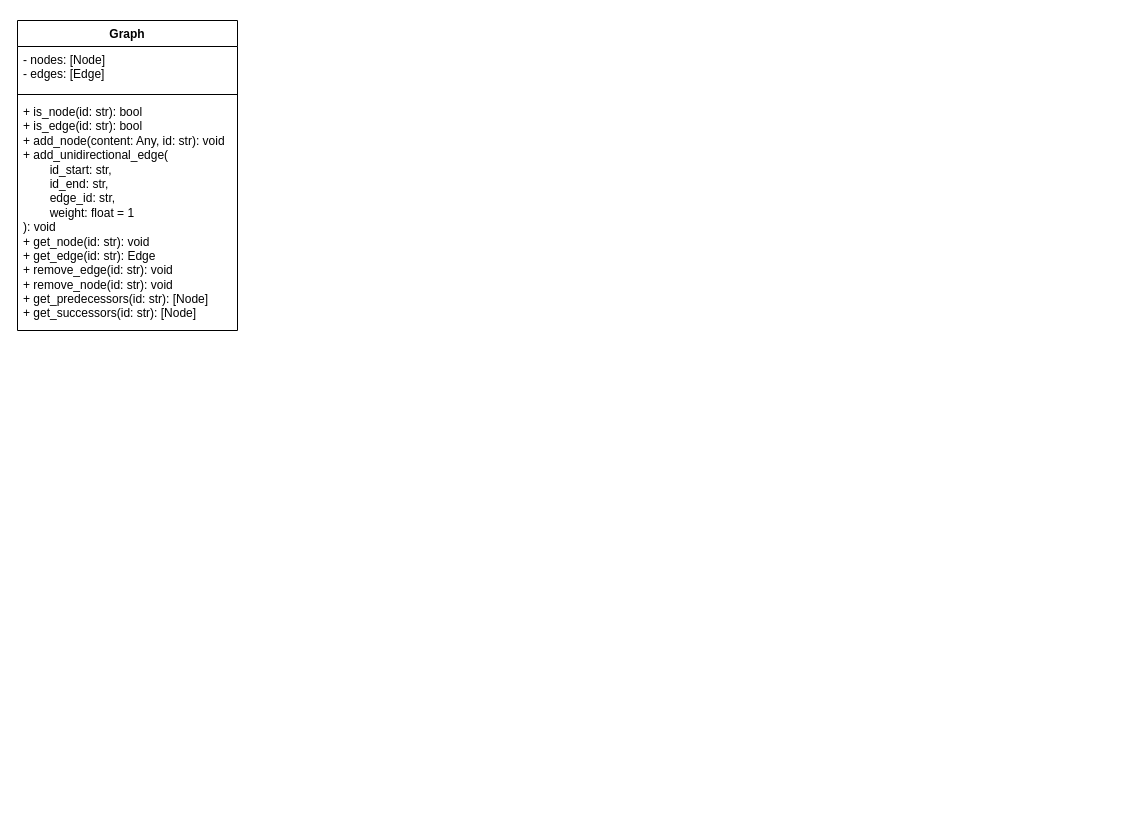
This is spec_sma.drawio from DevAI-64/pysma-tool, a draw.io file, before an edit. Source tidied: cells renumbered, new cells numbered last; positions are measured from the earlier drawing's top-left corner, leaving out a move shared by most shapes. Both pictures are drawn from the tidied source at 100%, with x=0, y=0 at pixel (17, 20).
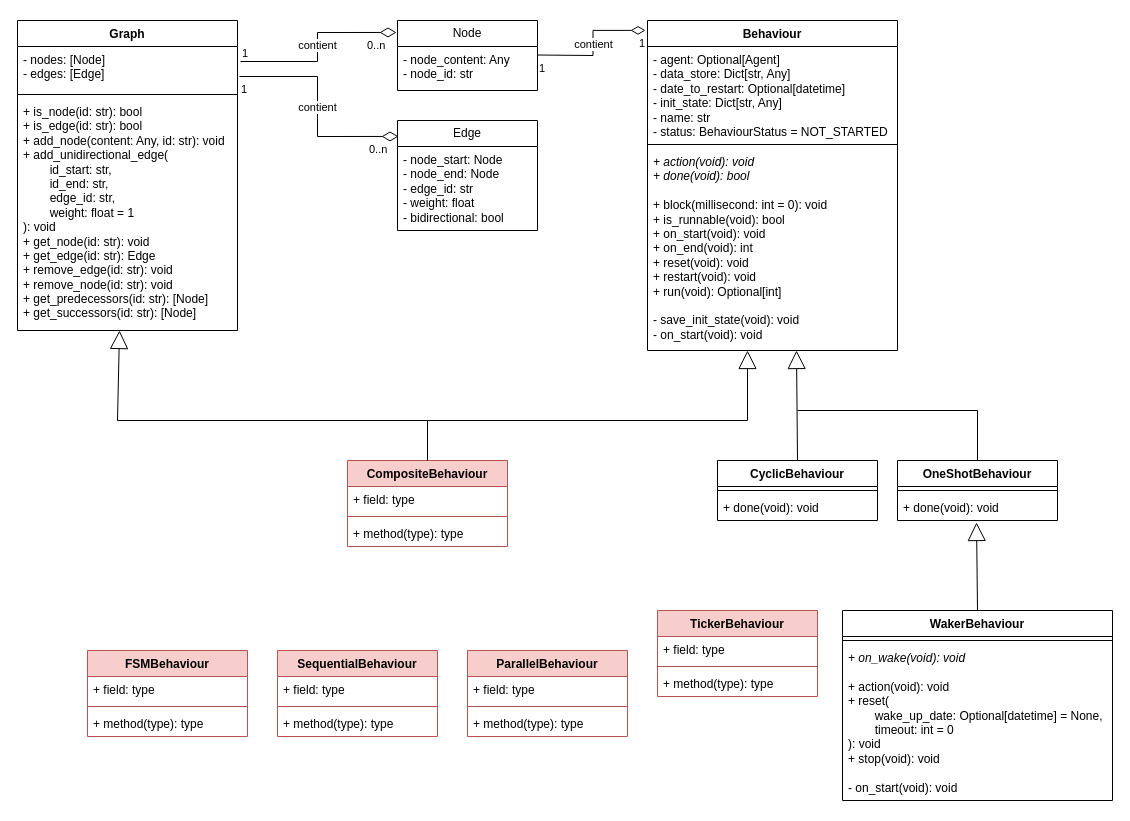
Above is the later version.

Commit message:
Mettre à jour spec_sma.drawio

The change refers to these unchanged cells:
```xml
<mxCell id="3" value="- nodes: [Node]&lt;div&gt;- edges: [Edge]&lt;/div&gt;" style="text;strokeColor=none;fillColor=none;align=left;verticalAlign=top;spacingLeft=4;spacingRight=4;overflow=hidden;points=[[0,0.5],[1,0.5]];portConstraint=eastwest;whiteSpace=wrap;html=1;" parent="2" vertex="1">
  <mxGeometry y="26" width="220" height="44" as="geometry" />
</mxCell>
```

What changed in the source:
```diff
@@
+    <mxCell id="6" value="Node" style="swimlane;fontStyle=0;horizontal=1;startSize=26;fillColor=none;whiteSpace=wrap;html=1;" parent="1" vertex="1">
+      <mxGeometry x="380" width="140" height="70" as="geometry" />
+    </mxCell>
+    <mxCell id="7" value="- node_content: Any&lt;div&gt;- node_id: str&lt;/div&gt;" style="text;strokeColor=none;fillColor=none;align=left;verticalAlign=top;spacingLeft=4;spacingRight=4;overflow=hidden;whiteSpace=wrap;html=1;" parent="6" vertex="1">
+      <mxGeometry y="26" width="140" height="44" as="geometry" />
+    </mxCell>
+    <mxCell id="8" value="Edge" style="swimlane;fontStyle=0;horizontal=1;startSize=26;fillColor=none;whiteSpace=wrap;html=1;" parent="1" vertex="1">
+      <mxGeometry x="380" y="100" width="140" height="110" as="geometry" />
+    </mxCell>
+    <mxCell id="9" value="- node_start: Node&lt;div&gt;- node_end: Node&lt;/div&gt;&lt;div&gt;- edge_id: str&lt;/div&gt;&lt;div&gt;- weight: float&lt;/div&gt;&lt;div&gt;- bidirectional: bool&lt;/div&gt;" style="text;strokeColor=none;fillColor=none;align=left;verticalAlign=top;spacingLeft=4;spacingRight=4;overflow=hidden;whiteSpace=wrap;html=1;" parent="8" vertex="1">
+      <mxGeometry y="26" width="140" height="84" as="geometry" />
+    </mxCell>
+    <mxCell id="10" value="contient" style="endArrow=none;html=1;endSize=12;startArrow=diamondThin;startSize=14;startFill=0;edgeStyle=orthogonalEdgeStyle;rounded=0;entryX=1.009;entryY=0.682;entryDx=0;entryDy=0;entryPerimeter=0;exitX=0.007;exitY=0.145;exitDx=0;exitDy=0;exitPerimeter=0;endFill=0;" parent="1" edge="1" source="8" target="3">
+      <mxGeometry relative="1" as="geometry" />
+    </mxCell>
+    <mxCell id="11" value="0..n" style="edgeLabel;html=1;align=left;verticalAlign=top;" parent="10" vertex="1">
+      <mxGeometry x="-1" relative="1" as="geometry">
+        <mxPoint x="-31" as="offset" />
+      </mxGeometry>
+    </mxCell>
+    <mxCell id="12" value="1" style="edgeLabel;html=1;align=right;verticalAlign=top;" parent="10" vertex="1">
+      <mxGeometry x="1" relative="1" as="geometry">
+        <mxPoint x="8" as="offset" />
+      </mxGeometry>
+    </mxCell>
+    <mxCell id="13" value="contient" style="endArrow=none;html=1;endSize=12;startArrow=diamondThin;startSize=14;startFill=0;edgeStyle=orthogonalEdgeStyle;rounded=0;entryX=1.014;entryY=0.341;entryDx=0;entryDy=0;entryPerimeter=0;exitX=-0.007;exitY=0.171;exitDx=0;exitDy=0;exitPerimeter=0;endFill=0;" parent="1" edge="1" source="6" target="3">
+      <mxGeometry relative="1" as="geometry" />
+    </mxCell>
+    <mxCell id="14" value="0..n" style="edgeLabel;html=1;align=left;verticalAlign=top;" parent="13" vertex="1">
+      <mxGeometry x="-1" relative="1" as="geometry">
+        <mxPoint x="-31" as="offset" />
+      </mxGeometry>
+    </mxCell>
+    <mxCell id="15" value="1" style="edgeLabel;html=1;align=right;verticalAlign=top;" parent="13" vertex="1">
+      <mxGeometry x="1" relative="1" as="geometry">
+        <mxPoint x="8" y="-21" as="offset" />
+      </mxGeometry>
+    </mxCell>
+    <mxCell id="16" value="Behaviour" style="swimlane;fontStyle=1;align=center;verticalAlign=top;horizontal=1;startSize=26;whiteSpace=wrap;html=1;" parent="1" vertex="1">
+      <mxGeometry x="630" width="250" height="330" as="geometry" />
+    </mxCell>
+    <mxCell id="17" value="- agent: Optional[Agent]&lt;div&gt;- data_store: Dict[str, Any]&lt;/div&gt;&lt;div&gt;- date_to_restart: Optional[datetime]&lt;/div&gt;&lt;div&gt;- init_state: Dict[str, Any]&lt;/div&gt;&lt;div&gt;- name: str&lt;/div&gt;&lt;div&gt;- status: BehaviourStatus = NOT_STARTED&lt;/div&gt;" style="text;strokeColor=none;fillColor=none;align=left;verticalAlign=top;spacingLeft=4;spacingRight=4;overflow=hidden;whiteSpace=wrap;html=1;" parent="16" vertex="1">
+      <mxGeometry y="26" width="250" height="94" as="geometry" />
+    </mxCell>
+    <mxCell id="18" style="line;strokeWidth=1;fillColor=none;align=left;verticalAlign=middle;spacingTop=-1;spacingLeft=3;spacingRight=3;labelPosition=right;strokeColor=inherit;" parent="16" vertex="1">
+      <mxGeometry y="120" width="250" height="8" as="geometry" />
+    </mxCell>
+    <mxCell id="19" value="&lt;i&gt;+ action(void): void&lt;/i&gt;&lt;div&gt;&lt;i&gt;+ done(void): bool&lt;/i&gt;&lt;/div&gt;&lt;div&gt;&lt;i&gt;&lt;br&gt;&lt;/i&gt;&lt;div&gt;+ block(millisecond: int = 0): void&lt;/div&gt;&lt;div&gt;+ is_runnable(void): bool&lt;/div&gt;&lt;div&gt;+ on_start(void): void&lt;/div&gt;&lt;div&gt;+ on_end(void): int&lt;/div&gt;&lt;div&gt;+ reset(void): void&lt;/div&gt;&lt;div&gt;+ restart(void): void&lt;/div&gt;&lt;div&gt;+ run(void): Optional[int]&lt;/div&gt;&lt;/div&gt;&lt;div&gt;&lt;br&gt;&lt;/div&gt;&lt;div&gt;- save_init_state(void): void&lt;/div&gt;&lt;div&gt;- on_start(void): void&lt;/div&gt;" style="text;strokeColor=none;fillColor=none;align=left;verticalAlign=top;spacingLeft=4;spacingRight=4;overflow=hidden;points=[[0,0.5],[1,0.5]];portConstraint=eastwest;whiteSpace=wrap;html=1;" parent="16" vertex="1">
+      <mxGeometry y="128" width="250" height="202" as="geometry" />
+    </mxCell>
+    <mxCell id="20" value="contient" style="endArrow=diamondThin;html=1;endSize=12;startArrow=none;startSize=14;startFill=0;edgeStyle=orthogonalEdgeStyle;rounded=0;entryX=-0.008;entryY=0.03;entryDx=0;entryDy=0;entryPerimeter=0;endFill=0;" parent="1" edge="1" target="16">
+      <mxGeometry relative="1" as="geometry">
+        <mxPoint x="520" y="34.5" as="sourcePoint" />
+      </mxGeometry>
+    </mxCell>
+    <mxCell id="21" value="1" style="edgeLabel;html=1;align=left;verticalAlign=top;" parent="20" vertex="1">
+      <mxGeometry x="-1" relative="1" as="geometry" />
+    </mxCell>
+    <mxCell id="22" value="1" style="edgeLabel;html=1;align=right;verticalAlign=top;" parent="20" vertex="1">
+      <mxGeometry x="1" relative="1" as="geometry" />
+    </mxCell>
+    <mxCell id="23" value="OneShotBehaviour" style="swimlane;fontStyle=1;align=center;verticalAlign=top;horizontal=1;startSize=26;whiteSpace=wrap;html=1;" parent="1" vertex="1">
+      <mxGeometry x="880" y="440" width="160" height="60" as="geometry" />
+    </mxCell>
+    <mxCell id="24" style="line;strokeWidth=1;fillColor=none;align=left;verticalAlign=middle;spacingTop=-1;spacingLeft=3;spacingRight=3;labelPosition=right;strokeColor=inherit;" parent="23" vertex="1">
+      <mxGeometry y="26" width="160" height="8" as="geometry" />
+    </mxCell>
+    <mxCell id="25" value="+ done(void): void" style="text;strokeColor=none;fillColor=none;align=left;verticalAlign=top;spacingLeft=4;spacingRight=4;overflow=hidden;points=[[0,0.5],[1,0.5]];portConstraint=eastwest;whiteSpace=wrap;html=1;" parent="23" vertex="1">
+      <mxGeometry y="34" width="160" height="26" as="geometry" />
+    </mxCell>
+    <mxCell id="26" value="CyclicBehaviour" style="swimlane;fontStyle=1;align=center;verticalAlign=top;horizontal=1;startSize=26;whiteSpace=wrap;html=1;" parent="1" vertex="1">
+      <mxGeometry x="700" y="440" width="160" height="60" as="geometry" />
+    </mxCell>
+    <mxCell id="27" style="line;strokeWidth=1;fillColor=none;align=left;verticalAlign=middle;spacingTop=-1;spacingLeft=3;spacingRight=3;labelPosition=right;strokeColor=inherit;" parent="26" vertex="1">
+      <mxGeometry y="26" width="160" height="8" as="geometry" />
+    </mxCell>
+    <mxCell id="28" value="+ done(void): void" style="text;strokeColor=none;fillColor=none;align=left;verticalAlign=top;spacingLeft=4;spacingRight=4;overflow=hidden;whiteSpace=wrap;html=1;" parent="26" vertex="1">
+      <mxGeometry y="34" width="160" height="26" as="geometry" />
+    </mxCell>
+    <mxCell id="29" value="WakerBehaviour" style="swimlane;fontStyle=1;align=center;verticalAlign=top;horizontal=1;startSize=26;whiteSpace=wrap;html=1;" parent="1" vertex="1">
+      <mxGeometry x="825" y="590" width="270" height="190" as="geometry" />
+    </mxCell>
+    <mxCell id="30" style="line;strokeWidth=1;fillColor=none;align=left;verticalAlign=middle;spacingTop=-1;spacingLeft=3;spacingRight=3;labelPosition=right;strokeColor=inherit;" parent="29" vertex="1">
+      <mxGeometry y="26" width="270" height="8" as="geometry" />
+    </mxCell>
+    <mxCell id="31" value="&lt;i&gt;+ on_wake(void): void&lt;/i&gt;&lt;div&gt;&lt;br&gt;&lt;/div&gt;&lt;div&gt;+ action(void): void&lt;/div&gt;&lt;div&gt;+ reset(&lt;/div&gt;&lt;div&gt;&lt;span style=&quot;white-space: pre;&quot;&gt;&#9;&lt;/span&gt;wake_up_date: Optional[datetime] = None, &lt;span style=&quot;white-space: pre;&quot;&gt;&#9;&lt;/span&gt;timeout: int = 0&lt;/div&gt;&lt;div&gt;): void&lt;/div&gt;&lt;div&gt;+ stop(void): void&lt;/div&gt;&lt;div&gt;&lt;br&gt;&lt;/div&gt;&lt;div&gt;- on_start(void): void&lt;/div&gt;" style="text;strokeColor=none;fillColor=none;align=left;verticalAlign=top;spacingLeft=4;spacingRight=4;overflow=hidden;whiteSpace=wrap;html=1;" parent="29" vertex="1">
+      <mxGeometry y="34" width="270" height="156" as="geometry" />
+    </mxCell>
+    <mxCell id="32" style="endArrow=block;endSize=16;endFill=0;html=1;rounded=0;exitX=0.5;exitY=0;exitDx=0;exitDy=0;entryX=0.596;entryY=1;entryDx=0;entryDy=0;entryPerimeter=0;" parent="1" edge="1" source="26" target="19">
+      <mxGeometry relative="1" as="geometry" />
+    </mxCell>
+    <mxCell id="33" style="endArrow=none;endFill=0;endSize=24;html=1;rounded=0;entryX=0.5;entryY=0;entryDx=0;entryDy=0;" parent="1" edge="1" target="23">
+      <mxGeometry relative="1" as="geometry">
+        <mxPoint x="780" y="390" as="sourcePoint" />
+        <Array as="points">
+          <mxPoint x="960" y="390" />
+        </Array>
+      </mxGeometry>
+    </mxCell>
+    <mxCell id="34" style="endArrow=block;endSize=16;endFill=0;html=1;rounded=0;exitX=0.5;exitY=0;exitDx=0;exitDy=0;entryX=0.494;entryY=1.077;entryDx=0;entryDy=0;entryPerimeter=0;" parent="1" edge="1" source="29" target="25">
+      <mxGeometry relative="1" as="geometry" />
+    </mxCell>
+    <mxCell id="35" value="CompositeBehaviour" style="swimlane;fontStyle=1;align=center;verticalAlign=top;horizontal=1;startSize=26;whiteSpace=wrap;html=1;fillColor=#f8cecc;strokeColor=#b85450;" parent="1" vertex="1">
+      <mxGeometry x="330" y="440" width="160" height="86" as="geometry" />
+    </mxCell>
+    <mxCell id="36" value="+ field: type" style="text;strokeColor=none;fillColor=none;align=left;verticalAlign=top;spacingLeft=4;spacingRight=4;overflow=hidden;whiteSpace=wrap;html=1;" parent="35" vertex="1">
+      <mxGeometry y="26" width="160" height="26" as="geometry" />
+    </mxCell>
+    <mxCell id="37" style="line;strokeWidth=1;fillColor=none;align=left;verticalAlign=middle;spacingTop=-1;spacingLeft=3;spacingRight=3;labelPosition=right;strokeColor=inherit;" parent="35" vertex="1">
+      <mxGeometry y="52" width="160" height="8" as="geometry" />
+    </mxCell>
+    <mxCell id="38" value="+ method(type): type" style="text;strokeColor=none;fillColor=none;align=left;verticalAlign=top;spacingLeft=4;spacingRight=4;overflow=hidden;whiteSpace=wrap;html=1;" parent="35" vertex="1">
+      <mxGeometry y="60" width="160" height="26" as="geometry" />
+    </mxCell>
+    <mxCell id="39" style="endArrow=block;endSize=16;endFill=0;html=1;rounded=0;exitX=0.5;exitY=0;exitDx=0;exitDy=0;" parent="1" edge="1" source="35">
+      <mxGeometry relative="1" as="geometry">
+        <mxPoint x="102" y="310" as="targetPoint" />
+        <Array as="points">
+          <mxPoint x="410" y="400" />
+          <mxPoint x="100" y="400" />
+        </Array>
+      </mxGeometry>
+    </mxCell>
+    <mxCell id="40" style="endArrow=block;endSize=16;endFill=0;html=1;rounded=0;entryX=0.4;entryY=1;entryDx=0;entryDy=0;entryPerimeter=0;" parent="1" edge="1" target="19">
+      <mxGeometry relative="1" as="geometry">
+        <mxPoint x="410" y="400" as="sourcePoint" />
+        <Array as="points">
+          <mxPoint x="730" y="400" />
+        </Array>
+      </mxGeometry>
+    </mxCell>
+    <mxCell id="41" value="FSMBehaviour" style="swimlane;fontStyle=1;align=center;verticalAlign=top;horizontal=1;startSize=26;whiteSpace=wrap;html=1;fillColor=#f8cecc;strokeColor=#b85450;" parent="1" vertex="1">
+      <mxGeometry x="70" y="630" width="160" height="86" as="geometry" />
+    </mxCell>
+    <mxCell id="42" value="+ field: type" style="text;strokeColor=none;fillColor=none;align=left;verticalAlign=top;spacingLeft=4;spacingRight=4;overflow=hidden;whiteSpace=wrap;html=1;" parent="41" vertex="1">
+      <mxGeometry y="26" width="160" height="26" as="geometry" />
+    </mxCell>
+    <mxCell id="43" style="line;strokeWidth=1;fillColor=none;align=left;verticalAlign=middle;spacingTop=-1;spacingLeft=3;spacingRight=3;labelPosition=right;strokeColor=inherit;" parent="41" vertex="1">
+      <mxGeometry y="52" width="160" height="8" as="geometry" />
+    </mxCell>
+    <mxCell id="44" value="+ method(type): type" style="text;strokeColor=none;fillColor=none;align=left;verticalAlign=top;spacingLeft=4;spacingRight=4;overflow=hidden;whiteSpace=wrap;html=1;" parent="41" vertex="1">
+      <mxGeometry y="60" width="160" height="26" as="geometry" />
+    </mxCell>
+    <mxCell id="45" value="SequentialBehaviour" style="swimlane;fontStyle=1;align=center;verticalAlign=top;horizontal=1;startSize=26;whiteSpace=wrap;html=1;fillColor=#f8cecc;strokeColor=#b85450;" parent="1" vertex="1">
+      <mxGeometry x="260" y="630" width="160" height="86" as="geometry" />
+    </mxCell>
+    <mxCell id="46" value="+ field: type" style="text;strokeColor=none;fillColor=none;align=left;verticalAlign=top;spacingLeft=4;spacingRight=4;overflow=hidden;whiteSpace=wrap;html=1;" parent="45" vertex="1">
+      <mxGeometry y="26" width="160" height="26" as="geometry" />
+    </mxCell>
+    <mxCell id="47" style="line;strokeWidth=1;fillColor=none;align=left;verticalAlign=middle;spacingTop=-1;spacingLeft=3;spacingRight=3;labelPosition=right;strokeColor=inherit;" parent="45" vertex="1">
+      <mxGeometry y="52" width="160" height="8" as="geometry" />
+    </mxCell>
+    <mxCell id="48" value="+ method(type): type" style="text;strokeColor=none;fillColor=none;align=left;verticalAlign=top;spacingLeft=4;spacingRight=4;overflow=hidden;whiteSpace=wrap;html=1;" parent="45" vertex="1">
+      <mxGeometry y="60" width="160" height="26" as="geometry" />
+    </mxCell>
+    <mxCell id="49" value="ParallelBehaviour" style="swimlane;fontStyle=1;align=center;verticalAlign=top;horizontal=1;startSize=26;whiteSpace=wrap;html=1;fillColor=#f8cecc;strokeColor=#b85450;" parent="1" vertex="1">
+      <mxGeometry x="450" y="630" width="160" height="86" as="geometry" />
+    </mxCell>
+    <mxCell id="50" value="+ field: type" style="text;strokeColor=none;fillColor=none;align=left;verticalAlign=top;spacingLeft=4;spacingRight=4;overflow=hidden;whiteSpace=wrap;html=1;" parent="49" vertex="1">
+      <mxGeometry y="26" width="160" height="26" as="geometry" />
+    </mxCell>
+    <mxCell id="51" style="line;strokeWidth=1;fillColor=none;align=left;verticalAlign=middle;spacingTop=-1;spacingLeft=3;spacingRight=3;labelPosition=right;strokeColor=inherit;" parent="49" vertex="1">
+      <mxGeometry y="52" width="160" height="8" as="geometry" />
+    </mxCell>
+    <mxCell id="52" value="+ method(type): type" style="text;strokeColor=none;fillColor=none;align=left;verticalAlign=top;spacingLeft=4;spacingRight=4;overflow=hidden;whiteSpace=wrap;html=1;" parent="49" vertex="1">
+      <mxGeometry y="60" width="160" height="26" as="geometry" />
+    </mxCell>
+    <mxCell id="53" value="TickerBehaviour" style="swimlane;fontStyle=1;align=center;verticalAlign=top;horizontal=1;startSize=26;whiteSpace=wrap;html=1;fillColor=#f8cecc;strokeColor=#b85450;" parent="1" vertex="1">
+      <mxGeometry x="640" y="590" width="160" height="86" as="geometry" />
+    </mxCell>
+    <mxCell id="54" value="+ field: type" style="text;strokeColor=none;fillColor=none;align=left;verticalAlign=top;spacingLeft=4;spacingRight=4;overflow=hidden;whiteSpace=wrap;html=1;" parent="53" vertex="1">
+      <mxGeometry y="26" width="160" height="26" as="geometry" />
+    </mxCell>
+    <mxCell id="55" style="line;strokeWidth=1;fillColor=none;align=left;verticalAlign=middle;spacingTop=-1;spacingLeft=3;spacingRight=3;labelPosition=right;strokeColor=inherit;" parent="53" vertex="1">
+      <mxGeometry y="52" width="160" height="8" as="geometry" />
+    </mxCell>
+    <mxCell id="56" value="+ method(type): type" style="text;strokeColor=none;fillColor=none;align=left;verticalAlign=top;spacingLeft=4;spacingRight=4;overflow=hidden;whiteSpace=wrap;html=1;" parent="53" vertex="1">
+      <mxGeometry y="60" width="160" height="26" as="geometry" />
+    </mxCell>
```
